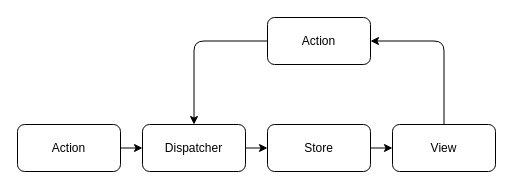
The draw.io diagram drawios/flux_core.drawio in aloniacode/fucking-web-interview, before the edit. Source tidied: cells renumbered, new cells numbered last; positions are measured from the earlier drawing's top-left corner, leaving out a move shared by most shapes. Both pictures are drawn from the tidied source at 100%, with x=0, y=0 at pixel (17, 17).
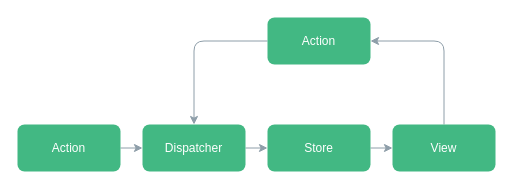
Above is the later version.

Change to the diagram source:
```diff
@@
 <mxGraphModel>
   <root>
     <mxCell id="0" />
     <mxCell id="1" parent="0" />
-    <mxCell id="2" style="edgeStyle=none;html=1;exitX=1;exitY=0.5;exitDx=0;exitDy=0;entryX=0;entryY=0.5;entryDx=0;entryDy=0;" parent="1" edge="1" source="3" target="5">
+    <mxCell id="2" style="edgeStyle=none;html=1;exitX=1;exitY=0.5;exitDx=0;exitDy=0;entryX=0;entryY=0.5;entryDx=0;entryDy=0;strokeColor=#8E9EA9;" parent="1" edge="1" source="3" target="5">
       <mxGeometry relative="1" as="geometry" />
     </mxCell>
-    <mxCell id="3" value="Action" style="rounded=1;whiteSpace=wrap;html=1;" parent="1" vertex="1">
+    <mxCell id="3" value="Action" style="rounded=1;whiteSpace=wrap;html=1;strokeColor=none;fillColor=#42B883;fontColor=#FFFFFF;" parent="1" vertex="1">
       <mxGeometry y="107" width="103" height="47" as="geometry" />
     </mxCell>
-    <mxCell id="4" style="edgeStyle=none;html=1;exitX=1;exitY=0.5;exitDx=0;exitDy=0;entryX=0;entryY=0.5;entryDx=0;entryDy=0;" parent="1" edge="1" source="5" target="7">
+    <mxCell id="4" style="edgeStyle=none;html=1;exitX=1;exitY=0.5;exitDx=0;exitDy=0;entryX=0;entryY=0.5;entryDx=0;entryDy=0;strokeColor=#8E9EA9;" parent="1" edge="1" source="5" target="7">
       <mxGeometry relative="1" as="geometry" />
     </mxCell>
-    <mxCell id="5" value="Dispatcher" style="rounded=1;whiteSpace=wrap;html=1;" parent="1" vertex="1">
+    <mxCell id="5" value="Dispatcher" style="rounded=1;whiteSpace=wrap;html=1;fillColor=#42B883;strokeColor=none;fontColor=#FFFFFF;" parent="1" vertex="1">
       <mxGeometry x="125" y="107" width="103" height="47" as="geometry" />
     </mxCell>
-    <mxCell id="6" style="edgeStyle=none;html=1;exitX=1;exitY=0.5;exitDx=0;exitDy=0;entryX=0;entryY=0.5;entryDx=0;entryDy=0;" parent="1" edge="1" source="7" target="9">
+    <mxCell id="6" style="edgeStyle=none;html=1;exitX=1;exitY=0.5;exitDx=0;exitDy=0;entryX=0;entryY=0.5;entryDx=0;entryDy=0;strokeColor=#8E9EA9;" parent="1" edge="1" source="7" target="9">
       <mxGeometry relative="1" as="geometry" />
     </mxCell>
-    <mxCell id="7" value="Store" style="rounded=1;whiteSpace=wrap;html=1;" parent="1" vertex="1">
+    <mxCell id="7" value="Store" style="rounded=1;whiteSpace=wrap;html=1;fillColor=#42B883;strokeColor=none;fontColor=#FFFFFF;" parent="1" vertex="1">
       <mxGeometry x="250" y="107" width="103" height="47" as="geometry" />
     </mxCell>
-    <mxCell id="8" style="edgeStyle=orthogonalEdgeStyle;html=1;exitX=0.5;exitY=0;exitDx=0;exitDy=0;entryX=1;entryY=0.5;entryDx=0;entryDy=0;" parent="1" edge="1" source="9" target="11">
+    <mxCell id="8" style="edgeStyle=orthogonalEdgeStyle;html=1;exitX=0.5;exitY=0;exitDx=0;exitDy=0;entryX=1;entryY=0.5;entryDx=0;entryDy=0;strokeColor=#8E9EA9;" parent="1" edge="1" source="9" target="11">
       <mxGeometry relative="1" as="geometry" />
     </mxCell>
-    <mxCell id="9" value="View" style="rounded=1;whiteSpace=wrap;html=1;" parent="1" vertex="1">
+    <mxCell id="9" value="View" style="rounded=1;whiteSpace=wrap;html=1;fillColor=#42B883;strokeColor=none;fontColor=#FFFFFF;" parent="1" vertex="1">
       <mxGeometry x="375" y="107" width="103" height="47" as="geometry" />
     </mxCell>
-    <mxCell id="10" style="edgeStyle=orthogonalEdgeStyle;html=1;exitX=0;exitY=0.5;exitDx=0;exitDy=0;entryX=0.5;entryY=0;entryDx=0;entryDy=0;" parent="1" edge="1" source="11" target="5">
+    <mxCell id="10" style="edgeStyle=orthogonalEdgeStyle;html=1;exitX=0;exitY=0.5;exitDx=0;exitDy=0;entryX=0.5;entryY=0;entryDx=0;entryDy=0;strokeColor=#8E9EA9;" parent="1" edge="1" source="11" target="5">
       <mxGeometry relative="1" as="geometry" />
     </mxCell>
-    <mxCell id="11" value="Action" style="rounded=1;whiteSpace=wrap;html=1;" parent="1" vertex="1">
+    <mxCell id="11" value="Action" style="rounded=1;whiteSpace=wrap;html=1;fillColor=#42B883;strokeColor=none;fontColor=#FFFFFF;" parent="1" vertex="1">
       <mxGeometry x="250" width="103" height="47" as="geometry" />
     </mxCell>
   </root>
 </mxGraphModel>
```
